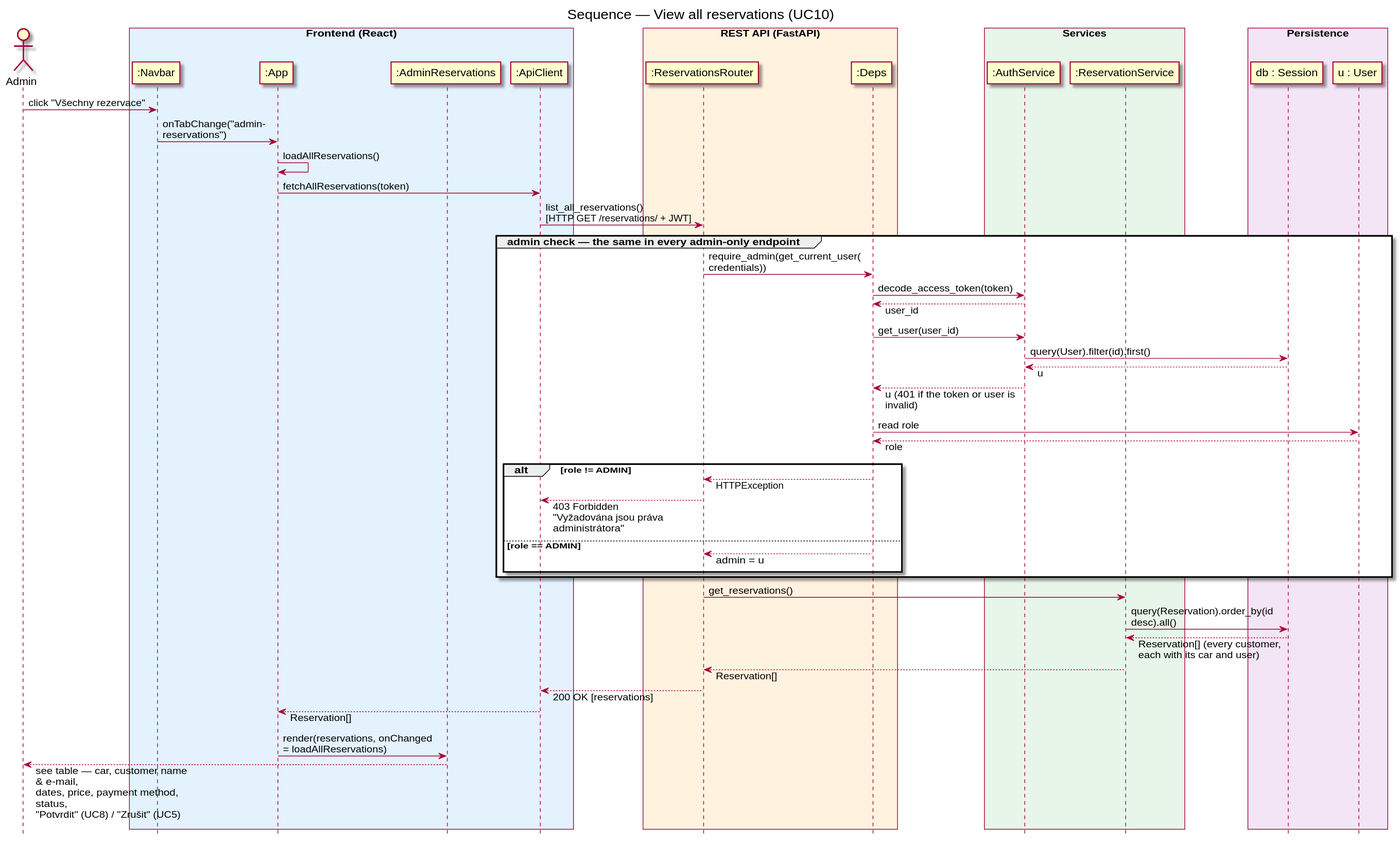
This is docs/diagrams/sequence-view-all-reservations.svg from DavidMagyarics/CarRentalVSB, a PlantUML export, as it was before one commit.
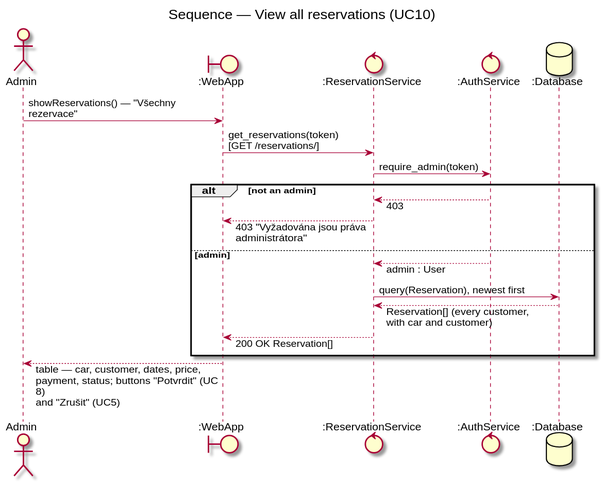
After the change.

Diff of the diagram source:
```diff
@@ -1,60 +1,27 @@
 @startuml sequence-view-all-reservations
 skinparam backgroundColor white
 skinparam responseMessageBelowArrow true
-skinparam maxMessageSize 220
-hide footbox
+skinparam maxMessageSize 260
 title Sequence — View all reservations (UC10)
+actor Admin
+boundary ":WebApp" as Web
+control ":ReservationService" as Res
+control ":AuthService" as Auth
+database ":Database" as DB
 
-actor Admin
-box "Frontend (React)" #E3F2FD
-  participant ":Navbar" as Navbar
-  participant ":App" as App
-  participant ":AdminReservations" as AdminRes
-  participant ":ApiClient" as ApiClient
-end box
-box "REST API (FastAPI)" #FFF3E0
-  participant ":ReservationsRouter" as ResRouter
-  participant ":Deps" as Deps
-end box
-box "Services" #E8F5E9
-  participant ":AuthService" as AuthService
-  participant ":ReservationService" as ResService
-end box
-box "Persistence" #F3E5F5
-  participant "db : Session" as DB
-  participant "u : User" as U
-end box
+Admin -> Web : showReservations() — "Všechny rezervace"
+Web -> Res : get_reservations(token)\n[GET /reservations/]
+Res -> Auth : require_admin(token)
 
-Admin -> Navbar : click "Všechny rezervace"
-Navbar -> App : onTabChange("admin-reservations")
-App -> App : loadAllReservations()
-App -> ApiClient : fetchAllReservations(token)
-ApiClient -> ResRouter : list_all_reservations()\n[HTTP GET /reservations/ + JWT]
-
-group admin check — the same in every admin-only endpoint
-  ResRouter -> Deps : require_admin(get_current_user(credentials))
-  Deps -> AuthService : decode_access_token(token)
-  AuthService --> Deps : user_id
-  Deps -> AuthService : get_user(user_id)
-  AuthService -> DB : query(User).filter(id).first()
-  DB --> AuthService : u
-  AuthService --> Deps : u (401 if the token or user is invalid)
-  Deps -> U : read role
-  U --> Deps : role
-  alt role != ADMIN
-    Deps --> ResRouter : HTTPException
-    ResRouter --> ApiClient : 403 Forbidden\n"Vyžadována jsou práva administrátora"
-  else role == ADMIN
-    Deps --> ResRouter : admin = u
-  end
+alt not an admin
+  Auth --> Res : 403
+  Res --> Web : 403 "Vyžadována jsou práva administrátora"
+else admin
+  Auth --> Res : admin : User
+  Res -> DB : query(Reservation), newest first
+  DB --> Res : Reservation[] (every customer,\nwith car and customer)
+  Res --> Web : 200 OK Reservation[]
 end
 
-ResRouter -> ResService : get_reservations()
-ResService -> DB : query(Reservation).order_by(id desc).all()
-DB --> ResService : Reservation[] (every customer,\neach with its car and user)
-ResService --> ResRouter : Reservation[]
-ResRouter --> ApiClient : 200 OK [reservations]
-ApiClient --> App : Reservation[]
-App -> AdminRes : render(reservations, onChanged = loadAllReservations)
-AdminRes --> Admin : see table — car, customer name & e-mail,\ndates, price, payment method, status,\n"Potvrdit" (UC8) / "Zrušit" (UC5)
+Web --> Admin : table — car, customer, dates, price,\npayment, status; buttons "Potvrdit" (UC8)\nand "Zrušit" (UC5)
 @enduml
```
